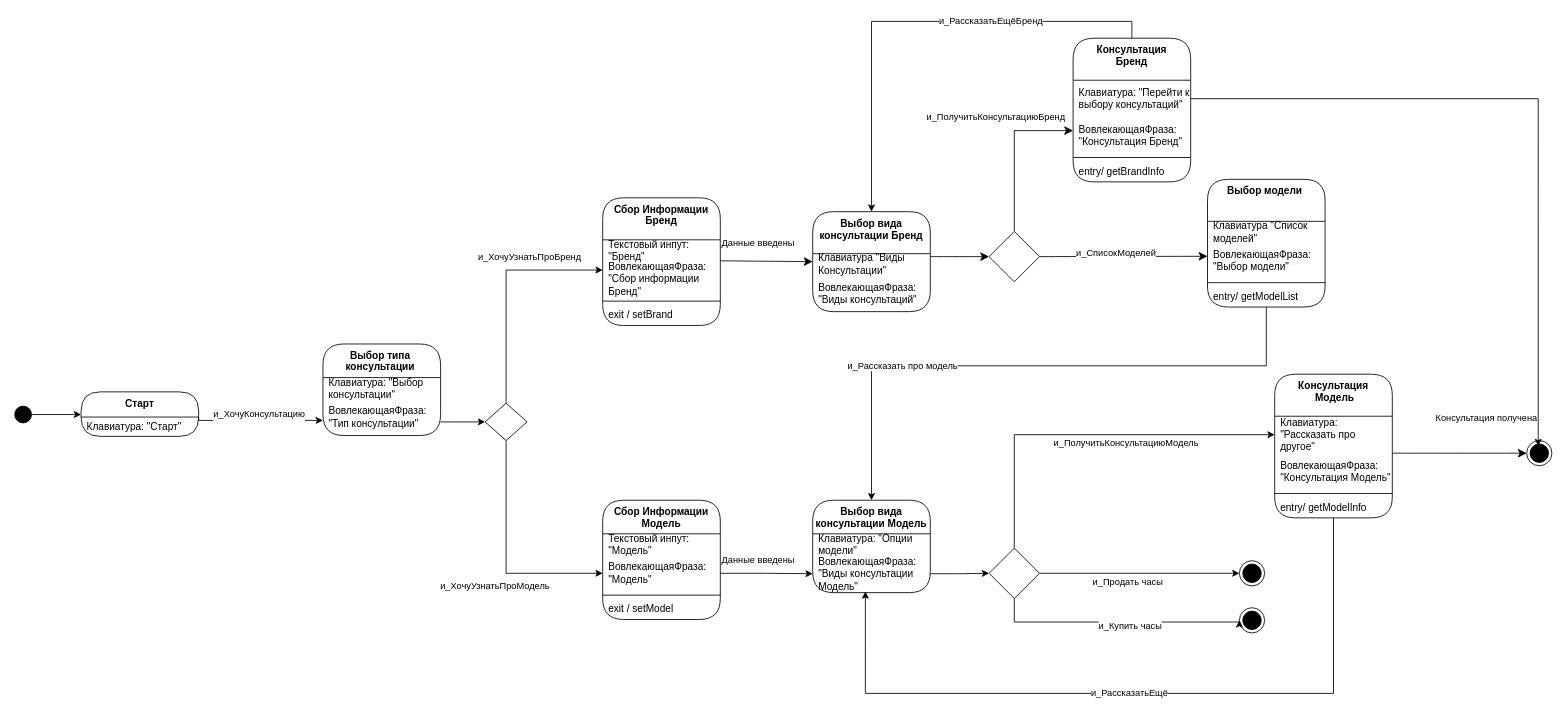
This is page "Сценарий4_Консультации" (4 of 6) of ai_assistent.drawio from careock/aiassistant, a draw.io file, before an edit. Source tidied: cells renumbered, new cells numbered last; positions are measured from the earlier drawing's top-left corner, leaving out a move shared by most shapes. Both pictures are drawn from the tidied source at 84%, with x=0, y=0 at pixel (14, 38).
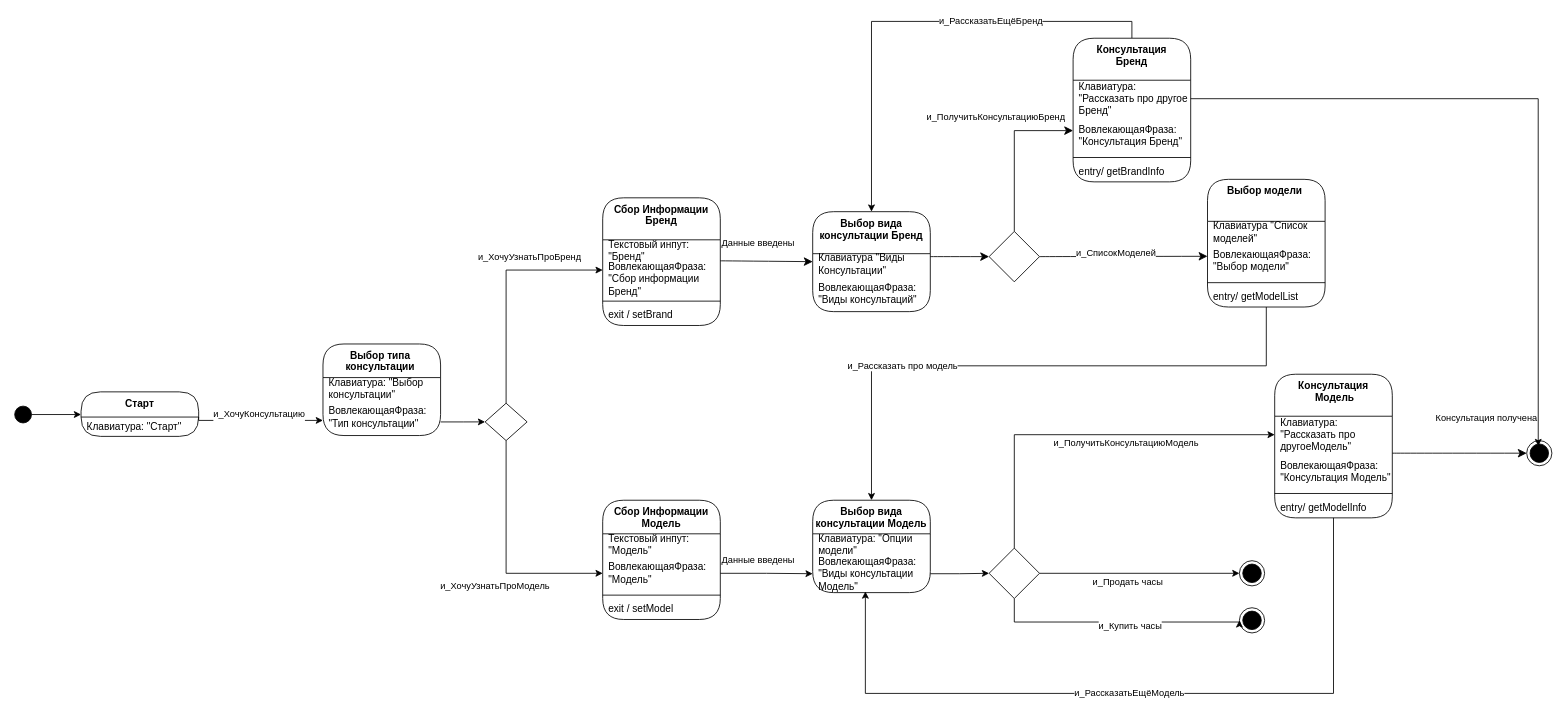
Above is the later version.

The change refers to these unchanged cells:
```xml
<mxCell id="34" value="Консультация &lt;br&gt;Бренд" style="swimlane;fontStyle=1;align=center;verticalAlign=top;horizontal=1;startSize=50;html=1;rounded=1;absoluteArcSize=1;arcSize=50;whiteSpace=wrap;" parent="1" vertex="1">
  <mxGeometry x="1260" width="140" height="171" as="geometry" />
</mxCell>
<mxCell id="46" value="Консультация&lt;br&gt;&amp;nbsp;Модель" style="swimlane;fontStyle=1;align=center;verticalAlign=top;horizontal=1;startSize=50;html=1;rounded=1;absoluteArcSize=1;arcSize=50;whiteSpace=wrap;" parent="1" vertex="1">
  <mxGeometry x="1500" y="400" width="140" height="171" as="geometry" />
</mxCell>
<mxCell id="74" style="edgeStyle=orthogonalEdgeStyle;rounded=0;jettySize=auto;html=1;exitX=0.5;exitY=1;exitDx=0;exitDy=0;entryX=0.448;entryY=0.97;entryDx=0;entryDy=0;entryPerimeter=0;" parent="1" edge="1" source="50" target="26">
  <mxGeometry relative="1" as="geometry">
    <Array as="points">
      <mxPoint x="1570" y="780" />
      <mxPoint x="1013" y="780" />
    </Array>
  </mxGeometry>
</mxCell>
```

What changed in the source:
```diff
@@
-    <mxCell id="35" value="Клавиатура: &quot;Перейти к выбору консультаций&quot;" style="fillColor=none;strokeColor=none;align=left;verticalAlign=middle;spacingLeft=5;whiteSpace=wrap;html=1;" parent="34" vertex="1">
+    <mxCell id="35" value="Клавиатура: &quot;Рассказать про другое Бренд&quot;" style="fillColor=none;strokeColor=none;align=left;verticalAlign=middle;spacingLeft=5;whiteSpace=wrap;html=1;" parent="34" vertex="1">
       <mxGeometry y="50" width="140" height="44" as="geometry" />
     </mxCell>
@@
-    <mxCell id="47" value="Клавиатура: &quot;Рассказать про другое&quot;" style="fillColor=none;strokeColor=none;align=left;verticalAlign=middle;spacingLeft=5;whiteSpace=wrap;html=1;" parent="46" vertex="1">
+    <mxCell id="47" value="Клавиатура: &quot;Рассказать про другоеМодель&quot;" style="fillColor=none;strokeColor=none;align=left;verticalAlign=middle;spacingLeft=5;whiteSpace=wrap;html=1;" parent="46" vertex="1">
       <mxGeometry y="50" width="140" height="44" as="geometry" />
     </mxCell>
@@
-    <mxCell id="75" value="и_РассказатьЕщё" style="edgeLabel;html=1;align=center;verticalAlign=middle;" parent="74" vertex="1">
+    <mxCell id="75" value="и_РассказатьЕщёМодель" style="edgeLabel;html=1;align=center;verticalAlign=middle;" parent="74" vertex="1">
       <mxGeometry x="0.02" y="-1" relative="1" as="geometry" />
     </mxCell>
```
